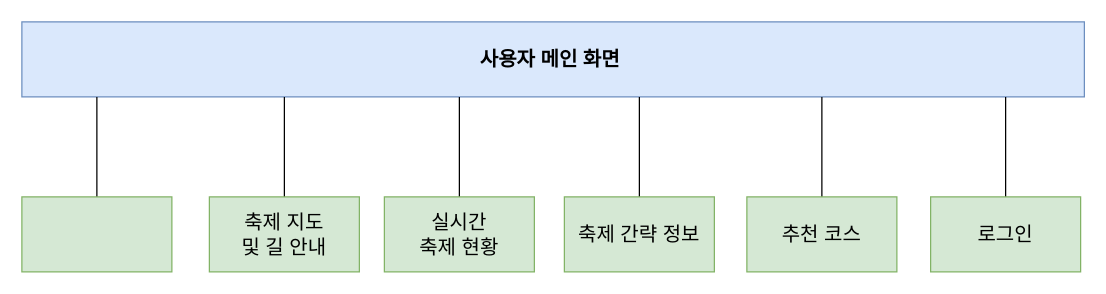
Earlier version of the draw.io diagram 진해군항제_사이트맵.drawio (gyrud02/java_study). Source tidied: cells renumbered, new cells numbered last; positions are measured from the earlier drawing's top-left corner, leaving out a move shared by most shapes. Both pictures are drawn from the tidied source at 125%, with x=0, y=0 at pixel (21, 21).
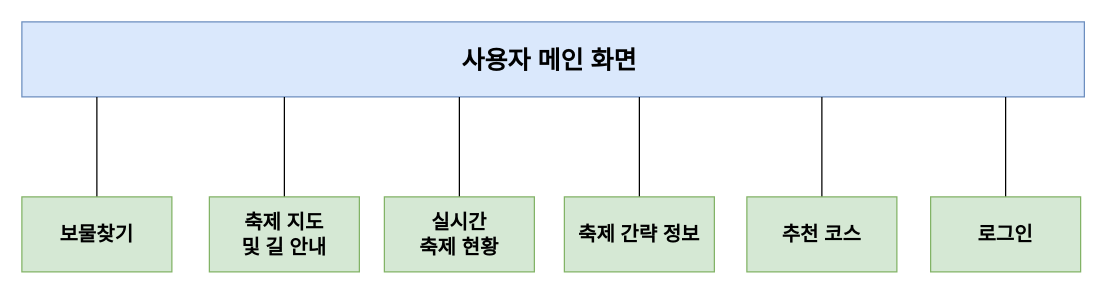
The same page after the edit.

Commit message (it also covers changes not shown here):
진해군항제_사이트맵.drawio 업데이트

Change to the diagram source:
```diff
@@
-    <mxCell id="2" value="사용자 메인 화면&amp;nbsp;" style="rounded=0;whiteSpace=wrap;html=1;fontSize=16;fillColor=#dae8fc;strokeColor=#6c8ebf;fontStyle=1;" parent="1" vertex="1">
+    <mxCell id="2" value="사용자 메인 화면&amp;nbsp;" style="rounded=0;whiteSpace=wrap;html=1;fontSize=20;fillColor=#dae8fc;strokeColor=#6c8ebf;fontStyle=1;" parent="1" vertex="1">
       <mxGeometry width="850" height="60" as="geometry" />
     </mxCell>
-    <mxCell id="3" style="group;" parent="1" vertex="1">
+    <mxCell id="3" style="group;fontStyle=1;" parent="1" vertex="1">
       <mxGeometry x="150" y="60" width="120" height="140" as="geometry" />
     </mxCell>
@@
-    <mxCell id="5" value="축제 지도 &lt;br&gt;및 길 안내" style="rounded=0;whiteSpace=wrap;html=1;fontSize=16;fillColor=#d5e8d4;strokeColor=#82b366;" parent="3" vertex="1">
+    <mxCell id="5" value="축제 지도 &lt;br&gt;및 길 안내" style="rounded=0;whiteSpace=wrap;html=1;fontSize=16;fillColor=#d5e8d4;strokeColor=#82b366;fontStyle=1;" parent="3" vertex="1">
       <mxGeometry y="80" width="120" height="60" as="geometry" />
     </mxCell>
-    <mxCell id="6" style="group;" parent="1" vertex="1">
+    <mxCell id="6" style="group;fontStyle=1;" parent="1" vertex="1">
       <mxGeometry y="60" width="120" height="140" as="geometry" />
     </mxCell>
@@
-    <mxCell id="8" style="rounded=0;whiteSpace=wrap;html=1;fontSize=16;fillColor=#d5e8d4;strokeColor=#82b366;" parent="6" vertex="1">
+    <mxCell id="8" value="보물찾기" style="rounded=0;whiteSpace=wrap;html=1;fontSize=16;fillColor=#d5e8d4;strokeColor=#82b366;fontStyle=1;" parent="6" vertex="1">
       <mxGeometry y="80" width="120" height="60" as="geometry" />
     </mxCell>
-    <mxCell id="9" style="group;" parent="1" vertex="1">
+    <mxCell id="9" style="group;fontStyle=1;" parent="1" vertex="1">
       <mxGeometry x="290" y="60" width="120" height="140" as="geometry" />
     </mxCell>
@@
-    <mxCell id="11" value="실시간&lt;br&gt;축제 현황" style="rounded=0;whiteSpace=wrap;html=1;fontSize=16;fillColor=#d5e8d4;strokeColor=#82b366;" parent="9" vertex="1">
+    <mxCell id="11" value="실시간&lt;br&gt;축제 현황" style="rounded=0;whiteSpace=wrap;html=1;fontSize=16;fillColor=#d5e8d4;strokeColor=#82b366;fontStyle=1;" parent="9" vertex="1">
       <mxGeometry y="80" width="120" height="60" as="geometry" />
     </mxCell>
-    <mxCell id="12" style="group;" parent="1" vertex="1">
+    <mxCell id="12" style="group;fontStyle=1;" parent="1" vertex="1">
       <mxGeometry x="434" y="60" width="120" height="140" as="geometry" />
     </mxCell>
@@
-    <mxCell id="14" value="축제 간략 정보" style="rounded=0;whiteSpace=wrap;html=1;fontSize=16;fillColor=#d5e8d4;strokeColor=#82b366;" parent="12" vertex="1">
+    <mxCell id="14" value="축제 간략 정보" style="rounded=0;whiteSpace=wrap;html=1;fontSize=16;fillColor=#d5e8d4;strokeColor=#82b366;fontStyle=1;" parent="12" vertex="1">
       <mxGeometry y="80" width="120" height="60" as="geometry" />
     </mxCell>
-    <mxCell id="15" style="group;" parent="1" vertex="1">
+    <mxCell id="15" style="group;fontStyle=1;" parent="1" vertex="1">
       <mxGeometry x="580" y="60" width="120" height="140" as="geometry" />
     </mxCell>
@@
-    <mxCell id="17" value="추천 코스" style="rounded=0;whiteSpace=wrap;html=1;fontSize=16;fillColor=#d5e8d4;strokeColor=#82b366;" parent="15" vertex="1">
+    <mxCell id="17" value="&lt;b&gt;추천 코스&lt;/b&gt;" style="rounded=0;whiteSpace=wrap;html=1;fontSize=16;fillColor=#d5e8d4;strokeColor=#82b366;" parent="15" vertex="1">
       <mxGeometry y="80" width="120" height="60" as="geometry" />
     </mxCell>
-    <mxCell id="18" style="group;" parent="1" vertex="1">
+    <mxCell id="18" style="group;fontStyle=1;" parent="1" vertex="1">
       <mxGeometry x="727" y="60" width="120" height="140" as="geometry" />
     </mxCell>
@@
-    <mxCell id="20" value="로그인" style="rounded=0;whiteSpace=wrap;html=1;fontSize=16;fillColor=#d5e8d4;strokeColor=#82b366;" parent="18" vertex="1">
+    <mxCell id="20" value="로그인" style="rounded=0;whiteSpace=wrap;html=1;fontSize=16;fillColor=#d5e8d4;strokeColor=#82b366;fontStyle=1;" parent="18" vertex="1">
       <mxGeometry y="80" width="120" height="60" as="geometry" />
     </mxCell>
```
